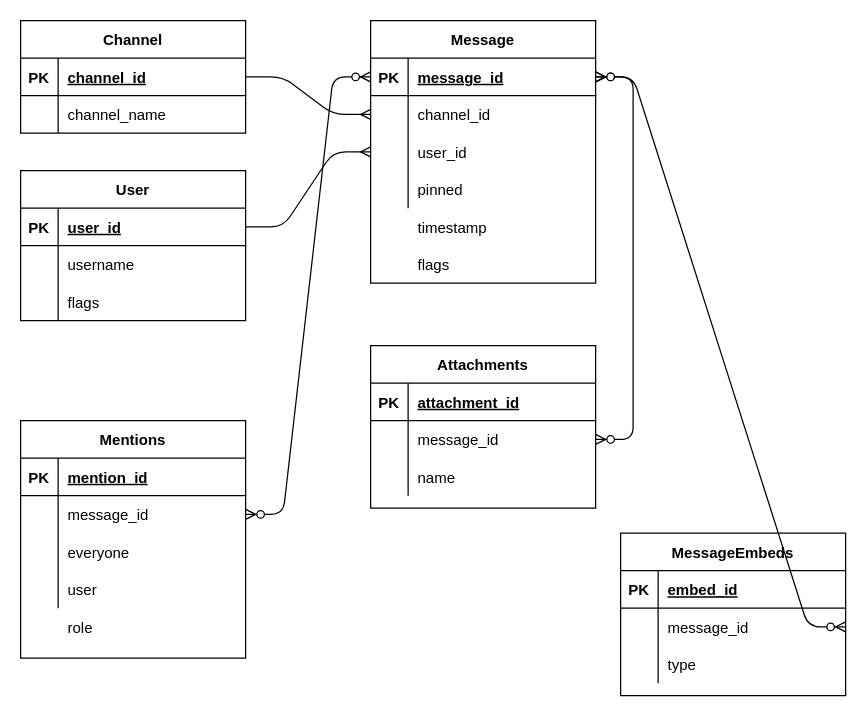
Above: Untitled Diagram.drawio in HybrisofChaos/discord-server-stats (draw.io), before the change. Source tidied: cells renumbered, new cells numbered last; positions are measured from the earlier drawing's top-left corner, leaving out a move shared by most shapes. Both pictures are drawn from the tidied source at 125%, with x=0, y=0 at pixel (20, 20).
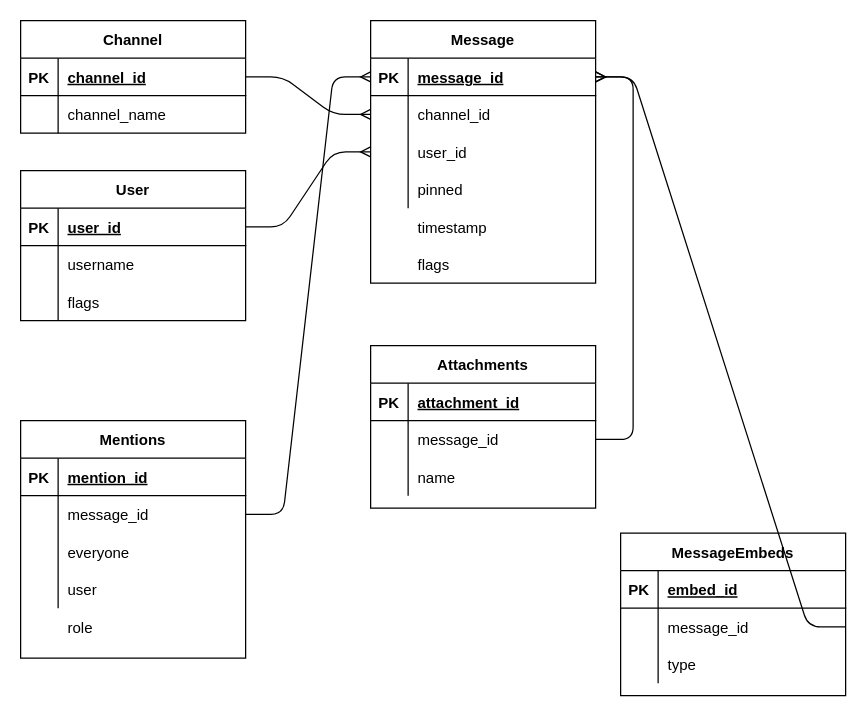
Above is the later version.

Unchanged cells that the change refers to:
```xml
<mxCell id="20" style="shape=partialRectangle;fillColor=none;top=0;left=0;bottom=1;right=0;points=[[0,0.5],[1,0.5]];portConstraint=eastwest;" parent="19" vertex="1">
  <mxGeometry y="30" width="180" height="30" as="geometry" />
</mxCell>
<mxCell id="40" style="shape=partialRectangle;fillColor=none;top=0;left=0;bottom=0;right=0;points=[[0,0.5],[1,0.5]];portConstraint=eastwest;" parent="36" vertex="1">
  <mxGeometry y="60" width="180" height="30" as="geometry" />
</mxCell>
<mxCell id="56" style="shape=partialRectangle;fillColor=none;top=0;left=0;bottom=0;right=0;points=[[0,0.5],[1,0.5]];portConstraint=eastwest;" parent="52" vertex="1">
  <mxGeometry y="60" width="180" height="30" as="geometry" />
</mxCell>
<mxCell id="66" style="shape=partialRectangle;fillColor=none;top=0;left=0;bottom=0;right=0;points=[[0,0.5],[1,0.5]];portConstraint=eastwest;" parent="62" vertex="1">
  <mxGeometry y="60" width="180" height="30" as="geometry" />
</mxCell>
```

Diff of the diagram source:
```diff
@@
-    <mxCell id="50" style="edgeStyle=entityRelationEdgeStyle;fontSize=12;html=1;endArrow=ERzeroToMany;endFill=1;startArrow=ERzeroToMany;exitX=1;exitY=0.5;exitDx=0;exitDy=0;entryX=0;entryY=0.5;entryDx=0;entryDy=0;" parent="1" edge="1" source="40" target="20">
-      <mxGeometry relative="1" as="geometry" />
-    </mxCell>
-    <mxCell id="51" style="edgeStyle=entityRelationEdgeStyle;fontSize=12;html=1;endArrow=ERzeroToMany;endFill=1;startArrow=ERzeroToMany;exitX=1;exitY=0.5;exitDx=0;exitDy=0;" parent="1" edge="1" source="20" target="56">
-      <mxGeometry relative="1" as="geometry" />
-    </mxCell>
@@
+    <mxCell id="50" style="edgeStyle=entityRelationEdgeStyle;fontSize=12;html=1;endArrow=ERmany;exitX=1;exitY=0.5;exitDx=0;exitDy=0;entryX=0;entryY=0.5;entryDx=0;entryDy=0;" parent="1" edge="1" source="40" target="20">
+      <mxGeometry relative="1" as="geometry" />
+    </mxCell>
+    <mxCell id="73" style="edgeStyle=entityRelationEdgeStyle;fontSize=12;html=1;endArrow=ERmany;exitX=1;exitY=0.5;exitDx=0;exitDy=0;" parent="1" edge="1" source="56" target="20">
+      <mxGeometry relative="1" as="geometry" />
+    </mxCell>
-    <mxCell id="72" style="edgeStyle=entityRelationEdgeStyle;fontSize=12;html=1;endArrow=ERzeroToMany;endFill=1;startArrow=ERzeroToMany;exitX=1;exitY=0.5;exitDx=0;exitDy=0;" parent="1" edge="1" source="66" target="20">
+    <mxCell id="72" style="edgeStyle=entityRelationEdgeStyle;fontSize=12;html=1;endArrow=ERmany;exitX=1;exitY=0.5;exitDx=0;exitDy=0;" parent="1" edge="1" source="66" target="20">
       <mxGeometry relative="1" as="geometry" />
     </mxCell>
```
